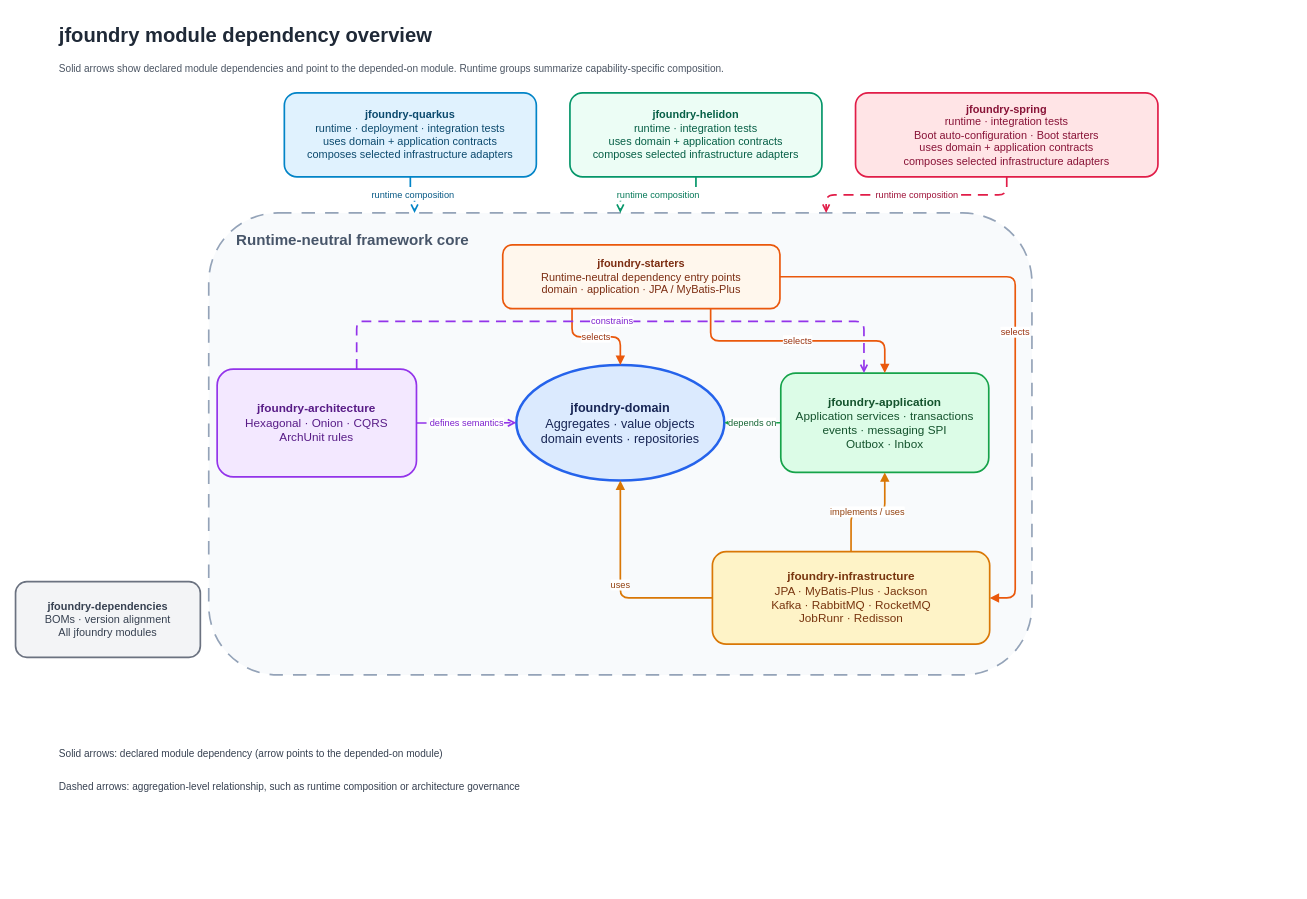
This is docs/i18n/assets/jfoundry-module-architecture.drawio from huahill/jfoundry, a draw.io file, before an edit. Source tidied: cells renumbered, new cells numbered last; positions are measured from the earlier drawing's top-left corner, leaving out a move shared by most shapes. Both pictures are drawn from the tidied source at 84%, with x=0, y=0 at pixel (15, 18).
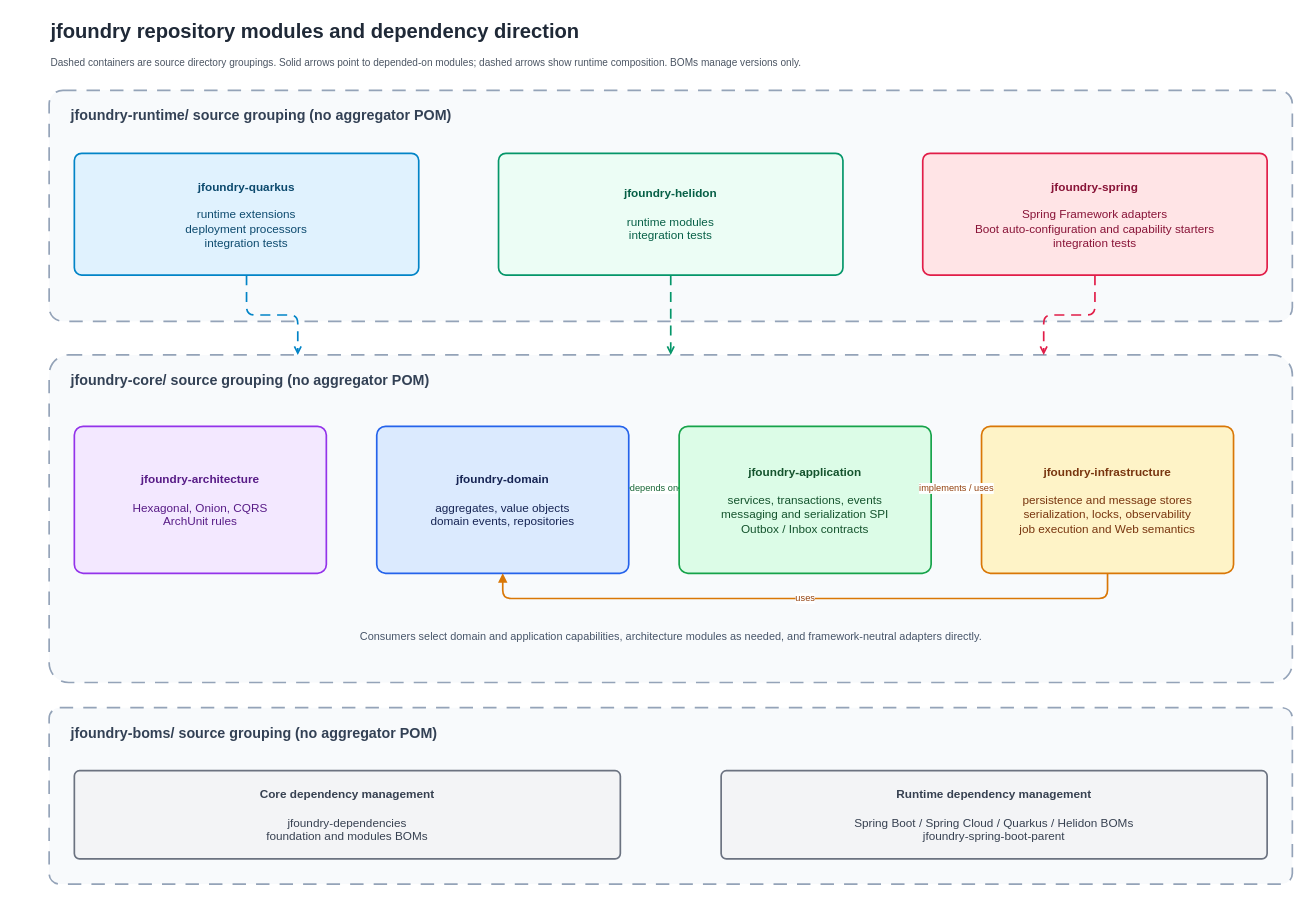
After the change.

Commit message (it also covers changes not shown here):
docs: update repository architecture diagram

Change to the diagram source:
```diff
@@
-    <mxCell id="2" value="jfoundry module dependency overview" style="text;html=1;align=left;verticalAlign=middle;fontSize=24;fontStyle=1;fontColor=#1F2937;" parent="1" vertex="1">
-      <mxGeometry x="50" width="620" height="40" as="geometry" />
+    <mxCell id="2" value="jfoundry repository modules and dependency direction" style="text;html=1;align=left;verticalAlign=middle;fontSize=24;fontStyle=1;fontColor=#1F2937;" parent="1" vertex="1">
+      <mxGeometry x="40" y="-5" width="900" height="40" as="geometry" />
     </mxCell>
-    <mxCell id="3" value="Solid arrows show declared module dependencies and point to the depended-on module. Runtime groups summarize capability-specific composition." style="text;html=1;align=left;verticalAlign=middle;fontSize=12;fontColor=#4B5563;" parent="1" vertex="1">
-      <mxGeometry x="50" y="45" width="1180" height="30" as="geometry" />
+    <mxCell id="3" value="Dashed containers are source directory groupings. Solid arrows point to depended-on modules; dashed arrows show runtime composition. BOMs manage versions only." style="text;html=1;align=left;verticalAlign=middle;fontSize=12;fontColor=#4B5563;" parent="1" vertex="1">
+      <mxGeometry x="40" y="37" width="1300" height="30" as="geometry" />
     </mxCell>
-    <mxCell id="4" value="&lt;font style=&quot;font-size: 18px;&quot;&gt;Runtime-neutral framework core&lt;/font&gt;" style="rounded=1;whiteSpace=wrap;html=1;dashed=1;dashPattern=8 6;strokeWidth=2;fillColor=#F8FAFC;strokeColor=#94A3B8;fontColor=#475569;fontSize=14;fontStyle=1;align=left;verticalAlign=top;spacingTop=16;spacingLeft=31;spacingRight=0;" parent="1" vertex="1">
-      <mxGeometry x="230" y="231" width="980" height="550" as="geometry" />
-    </mxCell>
+    <mxCell id="27" value="jfoundry-runtime/   source grouping (no aggregator POM)" style="rounded=1;arcSize=6;whiteSpace=wrap;html=1;dashed=1;dashPattern=8 6;strokeWidth=2;fillColor=#F8FAFC;strokeColor=#94A3B8;fontColor=#334155;fontSize=17;fontStyle=1;align=left;verticalAlign=top;spacingTop=14;spacingLeft=24;" parent="1" vertex="1">
+      <mxGeometry x="40" y="85" width="1480" height="275" as="geometry" />
+    </mxCell>
+    <mxCell id="13" value="&lt;b&gt;jfoundry-quarkus&lt;/b&gt;&lt;br&gt;&lt;br&gt;runtime extensions&lt;br&gt;deployment processors&lt;br&gt;integration tests" style="rounded=1;arcSize=6;whiteSpace=wrap;html=1;fillColor=#E0F2FE;strokeColor=#0284C7;strokeWidth=2;fontColor=#0C4A6E;fontSize=14;align=center;verticalAlign=middle;spacing=10;" parent="1" vertex="1">
+      <mxGeometry x="70" y="160" width="410" height="145" as="geometry" />
+    </mxCell>
+    <mxCell id="15" value="&lt;b&gt;jfoundry-helidon&lt;/b&gt;&lt;br&gt;&lt;br&gt;runtime modules&lt;br&gt;integration tests" style="rounded=1;arcSize=6;whiteSpace=wrap;html=1;fillColor=#ECFDF5;strokeColor=#059669;strokeWidth=2;fontColor=#065F46;fontSize=14;align=center;verticalAlign=middle;spacing=10;" parent="1" vertex="1">
+      <mxGeometry x="575" y="160" width="410" height="145" as="geometry" />
+    </mxCell>
+    <mxCell id="14" value="&lt;b&gt;jfoundry-spring&lt;/b&gt;&lt;br&gt;&lt;br&gt;Spring Framework adapters&lt;br&gt;Boot auto-configuration and capability starters&lt;br&gt;integration tests" style="rounded=1;arcSize=6;whiteSpace=wrap;html=1;fillColor=#FFE4E6;strokeColor=#E11D48;strokeWidth=2;fontColor=#881337;fontSize=14;align=center;verticalAlign=middle;spacing=10;" parent="1" vertex="1">
+      <mxGeometry x="1080" y="160" width="410" height="145" as="geometry" />
+    </mxCell>
+    <mxCell id="28" value="jfoundry-core/   source grouping (no aggregator POM)" style="rounded=1;arcSize=6;whiteSpace=wrap;html=1;dashed=1;dashPattern=8 6;strokeWidth=2;fillColor=#F8FAFC;strokeColor=#94A3B8;fontColor=#334155;fontSize=17;fontStyle=1;align=left;verticalAlign=top;spacingTop=14;spacingLeft=24;" parent="1" vertex="1">
+      <mxGeometry x="40" y="400" width="1480" height="390" as="geometry" />
+    </mxCell>
+    <mxCell id="7" value="&lt;b&gt;jfoundry-architecture&lt;/b&gt;&lt;br&gt;&lt;br&gt;Hexagonal, Onion, CQRS&lt;br&gt;ArchUnit rules" style="rounded=1;arcSize=6;whiteSpace=wrap;html=1;fillColor=#F3E8FF;strokeColor=#9333EA;strokeWidth=2;fontColor=#581C87;fontSize=14;align=center;verticalAlign=middle;spacing=10;" parent="1" vertex="1">
+      <mxGeometry x="70" y="485" width="300" height="175" as="geometry" />
+    </mxCell>
-    <mxCell id="5" value="&lt;b&gt;jfoundry-domain&lt;/b&gt;&lt;br&gt;Aggregates · value objects&lt;br&gt;domain events · repositories" style="ellipse;whiteSpace=wrap;html=1;fillColor=#DBEAFE;strokeColor=#2563EB;strokeWidth=3;fontColor=#172554;fontSize=15;align=center;verticalAlign=middle;" parent="4" vertex="1">
-      <mxGeometry x="366.2" y="181" width="247.6" height="137.5" as="geometry" />
+    <mxCell id="5" value="&lt;b&gt;jfoundry-domain&lt;/b&gt;&lt;br&gt;&lt;br&gt;aggregates, value objects&lt;br&gt;domain events, repositories" style="rounded=1;arcSize=6;whiteSpace=wrap;html=1;fillColor=#DBEAFE;strokeColor=#2563EB;strokeWidth=2;fontColor=#172554;fontSize=14;align=center;verticalAlign=middle;spacing=10;" parent="1" vertex="1">
+      <mxGeometry x="430" y="485" width="300" height="175" as="geometry" />
     </mxCell>
-    <mxCell id="6" value="&lt;b&gt;jfoundry-application&lt;/b&gt;&lt;br&gt;Application services · transactions&lt;br&gt;events · messaging SPI&lt;br&gt;Outbox · Inbox" style="rounded=1;whiteSpace=wrap;html=1;fillColor=#DCFCE7;strokeColor=#16A34A;strokeWidth=2;fontColor=#14532D;fontSize=14;align=center;verticalAlign=middle;" parent="4" vertex="1">
-      <mxGeometry x="681" y="190.7" width="247.6" height="118.2" as="geometry" />
+    <mxCell id="6" value="&lt;b&gt;jfoundry-application&lt;/b&gt;&lt;br&gt;&lt;br&gt;services, transactions, events&lt;br&gt;messaging and serialization SPI&lt;br&gt;Outbox / Inbox contracts" style="rounded=1;arcSize=6;whiteSpace=wrap;html=1;fillColor=#DCFCE7;strokeColor=#16A34A;strokeWidth=2;fontColor=#14532D;fontSize=14;align=center;verticalAlign=middle;spacing=10;" parent="1" vertex="1">
+      <mxGeometry x="790" y="485" width="300" height="175" as="geometry" />
     </mxCell>
-    <mxCell id="7" value="&lt;b&gt;jfoundry-architecture&lt;/b&gt;&lt;br&gt;Hexagonal · Onion · CQRS&lt;br&gt;ArchUnit rules" style="rounded=1;whiteSpace=wrap;html=1;fillColor=#F3E8FF;strokeColor=#9333EA;strokeWidth=2;fontColor=#581C87;fontSize=14;align=center;verticalAlign=middle;" parent="4" vertex="1">
-      <mxGeometry x="10" y="185.9" width="237.3" height="128.3" as="geometry" />
-    </mxCell>
-    <mxCell id="8" value="&lt;b&gt;jfoundry-infrastructure&lt;/b&gt;&lt;br&gt;JPA · MyBatis-Plus · Jackson&lt;br&gt;Kafka · RabbitMQ · RocketMQ&lt;br&gt;JobRunr · Redisson" style="rounded=1;whiteSpace=wrap;html=1;fillColor=#FEF3C7;strokeColor=#D97706;strokeWidth=2;fontColor=#78350F;fontSize=14;align=center;verticalAlign=middle;" parent="4" vertex="1">
-      <mxGeometry x="599.6" y="403.3" width="330.1" height="110" as="geometry" />
+    <mxCell id="8" value="&lt;b&gt;jfoundry-infrastructure&lt;/b&gt;&lt;br&gt;&lt;br&gt;persistence and message stores&lt;br&gt;serialization, locks, observability&lt;br&gt;job execution and Web semantics" style="rounded=1;arcSize=6;whiteSpace=wrap;html=1;fillColor=#FEF3C7;strokeColor=#D97706;strokeWidth=2;fontColor=#78350F;fontSize=14;align=center;verticalAlign=middle;spacing=10;" parent="1" vertex="1">
+      <mxGeometry x="1150" y="485" width="300" height="175" as="geometry" />
     </mxCell>
-    <mxCell id="9" value="&lt;b&gt;jfoundry-starters&lt;/b&gt;&lt;br&gt;Runtime-neutral dependency entry points&lt;br&gt;domain · application · JPA / MyBatis-Plus" style="rounded=1;whiteSpace=wrap;html=1;fillColor=#FFF7ED;strokeColor=#EA580C;strokeWidth=2;fontColor=#7C2D12;fontSize=13;align=center;verticalAlign=middle;" parent="4" vertex="1">
-      <mxGeometry x="350" y="38" width="330" height="76" as="geometry" />
-    </mxCell>
-    <mxCell id="10" value="selects" style="edgeStyle=orthogonalEdgeStyle;rounded=1;jettySize=auto;html=1;strokeWidth=2;strokeColor=#EA580C;fontColor=#9A3412;labelBackgroundColor=#FFFFFF;exitX=0.25;exitY=1;exitDx=0;exitDy=0;entryX=0.5;entryY=0;entryDx=0;entryDy=0;endArrow=block;endFill=1;" parent="4" edge="1" source="9" target="5">
-      <mxGeometry relative="1" as="geometry" />
-    </mxCell>
-    <mxCell id="11" value="selects" style="edgeStyle=orthogonalEdgeStyle;rounded=1;jettySize=auto;html=1;strokeWidth=2;strokeColor=#EA580C;fontColor=#9A3412;labelBackgroundColor=#FFFFFF;exitX=0.75;exitY=1;exitDx=0;exitDy=0;entryX=0.5;entryY=0;entryDx=0;entryDy=0;endArrow=block;endFill=1;" parent="4" edge="1" source="9" target="6">
-      <mxGeometry relative="1" as="geometry" />
-    </mxCell>
-    <mxCell id="12" value="selects" style="edgeStyle=orthogonalEdgeStyle;rounded=1;jettySize=auto;html=1;strokeWidth=2;strokeColor=#EA580C;fontColor=#9A3412;labelBackgroundColor=#FFFFFF;exitX=1;exitY=0.5;exitDx=0;exitDy=0;entryX=1;entryY=0.5;entryDx=0;entryDy=0;endArrow=block;endFill=1;" parent="4" edge="1" source="9" target="8">
-      <mxGeometry relative="1" as="geometry">
-        <Array as="points">
-          <mxPoint x="960.1" y="76.1" />
-          <mxPoint x="960.1" y="458.3" />
-        </Array>
-      </mxGeometry>
-    </mxCell>
-    <mxCell id="13" value="&lt;b&gt;jfoundry-quarkus&lt;/b&gt;&lt;br&gt;runtime · deployment · integration tests&lt;br&gt;uses domain + application contracts&lt;br&gt;composes selected infrastructure adapters" style="rounded=1;whiteSpace=wrap;html=1;fillColor=#E0F2FE;strokeColor=#0284C7;strokeWidth=2;fontColor=#0C4A6E;fontSize=13;align=center;verticalAlign=middle;" parent="1" vertex="1">
-      <mxGeometry x="320" y="88" width="300" height="100" as="geometry" />
-    </mxCell>
-    <mxCell id="14" value="&lt;b&gt;jfoundry-spring&lt;/b&gt;&lt;br&gt;runtime · integration tests&lt;br&gt;Boot auto-configuration · Boot starters&lt;br&gt;uses domain + application contracts&lt;br&gt;composes selected infrastructure adapters" style="rounded=1;whiteSpace=wrap;html=1;fillColor=#FFE4E6;strokeColor=#E11D48;strokeWidth=2;fontColor=#881337;fontSize=13;align=center;verticalAlign=middle;" parent="1" vertex="1">
-      <mxGeometry x="1000" y="88" width="360" height="100" as="geometry" />
-    </mxCell>
-    <mxCell id="15" value="&lt;b&gt;jfoundry-helidon&lt;/b&gt;&lt;br&gt;runtime · integration tests&lt;br&gt;uses domain + application contracts&lt;br&gt;composes selected infrastructure adapters" style="rounded=1;whiteSpace=wrap;html=1;fillColor=#ECFDF5;strokeColor=#059669;strokeWidth=2;fontColor=#065F46;fontSize=13;align=center;verticalAlign=middle;" parent="1" vertex="1">
-      <mxGeometry x="660" y="88" width="300" height="100" as="geometry" />
-    </mxCell>
-    <mxCell id="16" value="&lt;b&gt;jfoundry-dependencies&lt;/b&gt;&lt;br&gt;BOMs · version alignment&lt;br&gt;All jfoundry modules" style="rounded=1;whiteSpace=wrap;html=1;fillColor=#F3F4F6;strokeColor=#6B7280;strokeWidth=2;fontColor=#374151;fontSize=13;align=center;verticalAlign=middle;" parent="1" vertex="1">
-      <mxGeometry y="670" width="220" height="90" as="geometry" />
-    </mxCell>
+    <mxCell id="29" value="Consumers select domain and application capabilities, architecture modules as needed, and framework-neutral adapters directly." style="text;html=1;align=center;verticalAlign=middle;fontSize=13;fontColor=#475569;" parent="1" vertex="1">
+      <mxGeometry x="180" y="715" width="1200" height="40" as="geometry" />
+    </mxCell>
+    <mxCell id="30" value="jfoundry-boms/   source grouping (no aggregator POM)" style="rounded=1;arcSize=6;whiteSpace=wrap;html=1;dashed=1;dashPattern=8 6;strokeWidth=2;fillColor=#F8FAFC;strokeColor=#94A3B8;fontColor=#334155;fontSize=17;fontStyle=1;align=left;verticalAlign=top;spacingTop=14;spacingLeft=24;" parent="1" vertex="1">
+      <mxGeometry x="40" y="820" width="1480" height="210" as="geometry" />
+    </mxCell>
+    <mxCell id="31" value="&lt;b&gt;Core dependency management&lt;/b&gt;&lt;br&gt;&lt;br&gt;jfoundry-dependencies&lt;br&gt;foundation and modules BOMs" style="rounded=1;arcSize=6;whiteSpace=wrap;html=1;fillColor=#F3F4F6;strokeColor=#6B7280;strokeWidth=2;fontColor=#374151;fontSize=14;align=center;verticalAlign=middle;spacing=10;" parent="1" vertex="1">
+      <mxGeometry x="70" y="895" width="650" height="105" as="geometry" />
+    </mxCell>
+    <mxCell id="32" value="&lt;b&gt;Runtime dependency management&lt;/b&gt;&lt;br&gt;&lt;br&gt;Spring Boot / Spring Cloud / Quarkus / Helidon BOMs&lt;br&gt;jfoundry-spring-boot-parent" style="rounded=1;arcSize=6;whiteSpace=wrap;html=1;fillColor=#F3F4F6;strokeColor=#6B7280;strokeWidth=2;fontColor=#374151;fontSize=14;align=center;verticalAlign=middle;spacing=10;" parent="1" vertex="1">
+      <mxGeometry x="840" y="895" width="650" height="105" as="geometry" />
+    </mxCell>
-    <mxCell id="17" value="depends on" style="edgeStyle=orthogonalEdgeStyle;rounded=1;jettySize=auto;html=1;strokeWidth=2;strokeColor=#16A34A;fontColor=#166534;labelBackgroundColor=#FFFFFF;exitX=0;exitY=0.5;exitDx=0;exitDy=0;entryX=1;entryY=0.5;entryDx=0;entryDy=0;endArrow=block;endFill=1;" parent="1" edge="1" source="6" target="5">
+    <mxCell id="17" value="depends on" style="edgeStyle=orthogonalEdgeStyle;rounded=1;jettySize=auto;html=1;strokeWidth=2;strokeColor=#16A34A;fontColor=#166534;fontSize=11;labelBackgroundColor=#FFFFFF;exitX=0;exitY=0.42;exitDx=0;exitDy=0;entryX=1;entryY=0.42;entryDx=0;entryDy=0;endArrow=block;endFill=1;" parent="1" edge="1" source="6" target="5">
       <mxGeometry relative="1" as="geometry" />
     </mxCell>
-    <mxCell id="18" value="implements / uses" style="edgeStyle=orthogonalEdgeStyle;rounded=1;jettySize=auto;html=1;strokeWidth=2;strokeColor=#D97706;fontColor=#92400E;labelBackgroundColor=#FFFFFF;exitX=0.5;exitY=0;exitDx=0;exitDy=0;entryX=0.5;entryY=1;entryDx=0;entryDy=0;endArrow=block;endFill=1;" parent="1" edge="1" source="8" target="6">
+    <mxCell id="18" value="implements / uses" style="edgeStyle=orthogonalEdgeStyle;rounded=1;jettySize=auto;html=1;strokeWidth=2;strokeColor=#D97706;fontColor=#92400E;fontSize=11;labelBackgroundColor=#FFFFFF;exitX=0;exitY=0.42;exitDx=0;exitDy=0;entryX=1;entryY=0.42;entryDx=0;entryDy=0;endArrow=block;endFill=1;" parent="1" edge="1" source="8" target="6">
       <mxGeometry relative="1" as="geometry" />
     </mxCell>
-    <mxCell id="19" value="uses" style="edgeStyle=orthogonalEdgeStyle;rounded=1;jettySize=auto;html=1;strokeWidth=2;strokeColor=#D97706;fontColor=#92400E;labelBackgroundColor=#FFFFFF;exitX=0;exitY=0.5;exitDx=0;exitDy=0;entryX=0.5;entryY=1;entryDx=0;entryDy=0;endArrow=block;endFill=1;" parent="1" edge="1" source="8" target="5">
-      <mxGeometry relative="1" as="geometry" />
+    <mxCell id="19" value="uses" style="edgeStyle=orthogonalEdgeStyle;rounded=1;jettySize=auto;html=1;strokeWidth=2;strokeColor=#D97706;fontColor=#92400E;fontSize=11;labelBackgroundColor=#FFFFFF;exitX=0.5;exitY=1;exitDx=0;exitDy=0;entryX=0.5;entryY=1;entryDx=0;entryDy=0;endArrow=block;endFill=1;" parent="1" edge="1" source="8" target="5">
+      <mxGeometry relative="1" as="geometry">
+        <Array as="points">
+          <mxPoint x="1300" y="690" />
+          <mxPoint x="580" y="690" />
+        </Array>
+      </mxGeometry>
     </mxCell>
-    <mxCell id="20" value="runtime composition" style="edgeStyle=orthogonalEdgeStyle;rounded=1;jettySize=auto;html=1;dashed=1;dashPattern=6 4;strokeWidth=2;strokeColor=#0284C7;fontColor=#075985;labelBackgroundColor=#FFFFFF;exitX=0.5;exitY=1;exitDx=0;exitDy=0;entryX=0.25;entryY=0;entryDx=0;entryDy=0;endArrow=open;endFill=0;" parent="1" edge="1" source="13" target="4">
+    <mxCell id="20" style="edgeStyle=orthogonalEdgeStyle;rounded=1;jettySize=auto;html=1;dashed=1;dashPattern=6 4;strokeWidth=2;strokeColor=#0284C7;exitX=0.5;exitY=1;exitDx=0;exitDy=0;entryX=0.2;entryY=0;entryDx=0;entryDy=0;endArrow=open;endFill=0;" parent="1" edge="1" source="13" target="28">
       <mxGeometry relative="1" as="geometry" />
     </mxCell>
-    <mxCell id="21" value="runtime composition" style="edgeStyle=orthogonalEdgeStyle;rounded=1;jettySize=auto;html=1;dashed=1;dashPattern=6 4;strokeWidth=2;strokeColor=#059669;fontColor=#047857;labelBackgroundColor=#FFFFFF;exitX=0.5;exitY=1;exitDx=0;exitDy=0;entryX=0.5;entryY=0;entryDx=0;entryDy=0;endArrow=open;endFill=0;" parent="1" edge="1" source="15" target="4">
+    <mxCell id="21" style="edgeStyle=orthogonalEdgeStyle;rounded=1;jettySize=auto;html=1;dashed=1;dashPattern=6 4;strokeWidth=2;strokeColor=#059669;exitX=0.5;exitY=1;exitDx=0;exitDy=0;entryX=0.5;entryY=0;entryDx=0;entryDy=0;endArrow=open;endFill=0;" parent="1" edge="1" source="15" target="28">
       <mxGeometry relative="1" as="geometry" />
     </mxCell>
-    <mxCell id="22" value="runtime composition" style="edgeStyle=orthogonalEdgeStyle;rounded=1;jettySize=auto;html=1;dashed=1;dashPattern=6 4;strokeWidth=2;strokeColor=#E11D48;fontColor=#9F1239;labelBackgroundColor=#FFFFFF;exitX=0.5;exitY=1;exitDx=0;exitDy=0;entryX=0.75;entryY=0;entryDx=0;entryDy=0;endArrow=open;endFill=0;" parent="1" edge="1" source="14" target="4">
+    <mxCell id="22" style="edgeStyle=orthogonalEdgeStyle;rounded=1;jettySize=auto;html=1;dashed=1;dashPattern=6 4;strokeWidth=2;strokeColor=#E11D48;exitX=0.5;exitY=1;exitDx=0;exitDy=0;entryX=0.8;entryY=0;entryDx=0;entryDy=0;endArrow=open;endFill=0;" parent="1" edge="1" source="14" target="28">
       <mxGeometry relative="1" as="geometry" />
     </mxCell>
-    <mxCell id="23" value="defines semantics" style="edgeStyle=orthogonalEdgeStyle;rounded=1;jettySize=auto;html=1;dashed=1;dashPattern=6 4;strokeWidth=2;strokeColor=#9333EA;fontColor=#7E22CE;labelBackgroundColor=#FFFFFF;exitX=1;exitY=0.5;exitDx=0;exitDy=0;entryX=0;entryY=0.5;entryDx=0;entryDy=0;endArrow=open;endFill=0;" parent="1" edge="1" source="7" target="5">
-      <mxGeometry relative="1" as="geometry" />
-    </mxCell>
-    <mxCell id="24" value="constrains" style="edgeStyle=orthogonalEdgeStyle;rounded=1;jettySize=auto;html=1;dashed=1;dashPattern=6 4;strokeWidth=2;strokeColor=#9333EA;fontColor=#7E22CE;labelBackgroundColor=#FFFFFF;exitX=0.7;exitY=0;exitDx=0;exitDy=0;entryX=0.4;entryY=0;entryDx=0;entryDy=0;endArrow=open;endFill=0;" parent="1" edge="1" source="7" target="6">
-      <mxGeometry relative="1" as="geometry">
-        <Array as="points">
-          <mxPoint x="416.7" y="360" />
-          <mxPoint x="1039" y="360" />
-        </Array>
-      </mxGeometry>
-    </mxCell>
-    <mxCell id="25" value="Solid arrows: declared module dependency (arrow points to the depended-on module)" style="text;html=1;align=left;verticalAlign=middle;fontSize=12;fontColor=#374151;" parent="1" vertex="1">
-      <mxGeometry x="50" y="860" width="600" height="30" as="geometry" />
-    </mxCell>
-    <mxCell id="26" value="Dashed arrows: aggregation-level relationship, such as runtime composition or architecture governance" style="text;html=1;align=left;verticalAlign=middle;fontSize=12;fontColor=#374151;" parent="1" vertex="1">
-      <mxGeometry x="50" y="900" width="850" height="30" as="geometry" />
-    </mxCell>
```
